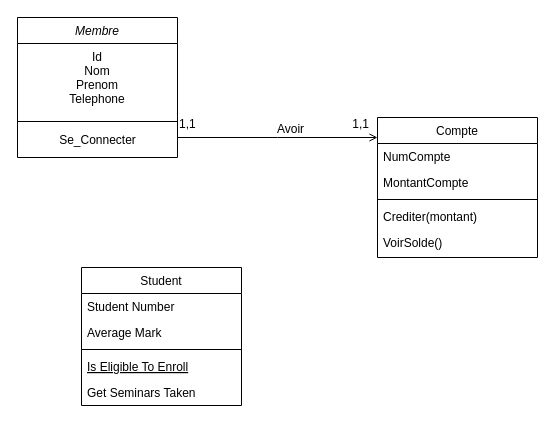
This is Diagramme de Classe.drawio from Lvmzoo-Dev/E-TONTINE, a draw.io file, before an edit. Source tidied: cells renumbered, new cells numbered last; positions are measured from the earlier drawing's top-left corner, leaving out a move shared by most shapes. Both pictures are drawn from the tidied source at 100%, with x=0, y=0 at pixel (17, 17).
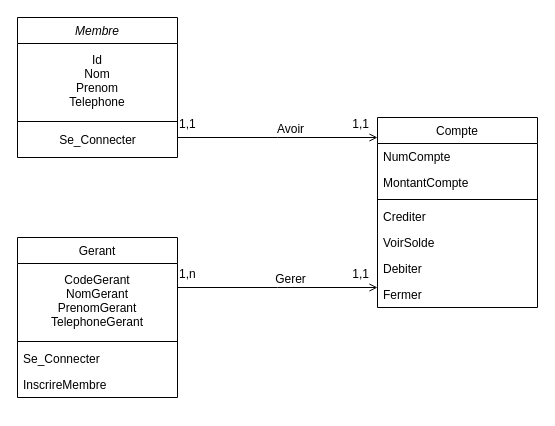
Above is the later version.

Commit message (it also covers changes not shown here):
Mettre à jour Diagramme de Classe.drawio

Unchanged cells that the change refers to:
```xml
<mxCell id="2" value="Membre" style="swimlane;fontStyle=2;align=center;verticalAlign=top;horizontal=1;startSize=26;rounded=0;shadow=0;strokeWidth=1;" parent="1" vertex="1">
  <mxGeometry width="160" height="140" as="geometry" />
</mxCell>
```

What changed in the source:
```diff
@@
-    <mxCell id="3" value="Id&#10;Nom&#10;Prenom&#10;Telephone" style="text;align=center;verticalAlign=top;spacingLeft=4;spacingRight=4;overflow=hidden;" parent="2" vertex="1">
+    <mxCell id="3" value="Id&#10;Nom&#10;Prenom&#10;Telephone" style="text;align=center;verticalAlign=middle;spacingLeft=4;spacingRight=4;overflow=hidden;" parent="2" vertex="1">
       <mxGeometry y="26" width="160" height="74" as="geometry" />
     </mxCell>
@@
-    <mxCell id="6" value="Student" style="swimlane;fontStyle=0;align=center;verticalAlign=top;horizontal=1;startSize=26;rounded=0;shadow=0;strokeWidth=1;" parent="1" vertex="1">
-      <mxGeometry x="64" y="250" width="160" height="138" as="geometry" />
+    <mxCell id="6" value="Gerant" style="swimlane;fontStyle=0;align=center;verticalAlign=top;horizontal=1;startSize=26;rounded=0;shadow=0;strokeWidth=1;" parent="1" vertex="1">
+      <mxGeometry y="220" width="160" height="160" as="geometry" />
     </mxCell>
-    <mxCell id="7" value="Student Number" style="text;align=left;verticalAlign=top;spacingLeft=4;spacingRight=4;overflow=hidden;" parent="6" vertex="1">
-      <mxGeometry y="26" width="160" height="26" as="geometry" />
-    </mxCell>
-    <mxCell id="8" value="Average Mark" style="text;align=left;verticalAlign=top;spacingLeft=4;spacingRight=4;overflow=hidden;rounded=0;shadow=0;html=0;" parent="6" vertex="1">
-      <mxGeometry y="52" width="160" height="26" as="geometry" />
-    </mxCell>
+    <mxCell id="22" value="CodeGerant&#10;NomGerant&#10;PrenomGerant&#10;TelephoneGerant" style="text;align=center;verticalAlign=middle;spacingLeft=4;spacingRight=4;overflow=hidden;" parent="6" vertex="1">
+      <mxGeometry y="26" width="160" height="74" as="geometry" />
+    </mxCell>
     <mxCell id="9" style="line;html=1;strokeWidth=1;align=left;verticalAlign=middle;spacingTop=-1;spacingLeft=3;spacingRight=3;labelPosition=right;" parent="6" vertex="1">
-      <mxGeometry y="78" width="160" height="8" as="geometry" />
+      <mxGeometry y="100" width="160" height="8" as="geometry" />
     </mxCell>
-    <mxCell id="10" value="Is Eligible To Enroll" style="text;align=left;verticalAlign=top;spacingLeft=4;spacingRight=4;overflow=hidden;fontStyle=4;" parent="6" vertex="1">
-      <mxGeometry y="86" width="160" height="26" as="geometry" />
+    <mxCell id="10" value="Se_Connecter" style="text;align=left;verticalAlign=top;spacingLeft=4;spacingRight=4;overflow=hidden;fontStyle=0;" parent="6" vertex="1">
+      <mxGeometry y="108" width="160" height="26" as="geometry" />
     </mxCell>
-    <mxCell id="11" value="Get Seminars Taken" style="text;align=left;verticalAlign=top;spacingLeft=4;spacingRight=4;overflow=hidden;" parent="6" vertex="1">
-      <mxGeometry y="112" width="160" height="26" as="geometry" />
+    <mxCell id="11" value="InscrireMembre" style="text;align=left;verticalAlign=top;spacingLeft=4;spacingRight=4;overflow=hidden;" parent="6" vertex="1">
+      <mxGeometry y="134" width="160" height="26" as="geometry" />
     </mxCell>
     <mxCell id="12" value="Compte" style="swimlane;fontStyle=0;align=center;verticalAlign=top;horizontal=1;startSize=26;rounded=0;shadow=0;strokeWidth=1;" parent="1" vertex="1">
-      <mxGeometry x="360" y="100" width="160" height="140" as="geometry" />
+      <mxGeometry x="360" y="100" width="160" height="190" as="geometry" />
     </mxCell>
@@
-    <mxCell id="16" value="Crediter(montant)" style="text;align=left;verticalAlign=top;spacingLeft=4;spacingRight=4;overflow=hidden;" parent="12" vertex="1">
+    <mxCell id="16" value="Crediter" style="text;align=left;verticalAlign=top;spacingLeft=4;spacingRight=4;overflow=hidden;" parent="12" vertex="1">
       <mxGeometry y="86" width="160" height="26" as="geometry" />
     </mxCell>
-    <mxCell id="17" value="VoirSolde()" style="text;align=left;verticalAlign=top;spacingLeft=4;spacingRight=4;overflow=hidden;" parent="12" vertex="1">
+    <mxCell id="17" value="VoirSolde" style="text;align=left;verticalAlign=top;spacingLeft=4;spacingRight=4;overflow=hidden;" parent="12" vertex="1">
       <mxGeometry y="112" width="160" height="26" as="geometry" />
     </mxCell>
+    <mxCell id="23" value="Debiter" style="text;align=left;verticalAlign=top;spacingLeft=4;spacingRight=4;overflow=hidden;" parent="12" vertex="1">
+      <mxGeometry y="138" width="160" height="26" as="geometry" />
+    </mxCell>
+    <mxCell id="24" value="Fermer" style="text;align=left;verticalAlign=top;spacingLeft=4;spacingRight=4;overflow=hidden;" parent="12" vertex="1">
+      <mxGeometry y="164" width="160" height="26" as="geometry" />
+    </mxCell>
@@
+    <mxCell id="25" style="endArrow=open;shadow=0;strokeWidth=1;rounded=0;endFill=1;edgeStyle=elbowEdgeStyle;elbow=vertical;" parent="1" edge="1">
+      <mxGeometry x="0.5" y="41" relative="1" as="geometry">
+        <mxPoint x="160" y="270" as="sourcePoint" />
+        <mxPoint x="360" y="270" as="targetPoint" />
+        <mxPoint x="-40" y="32" as="offset" />
+      </mxGeometry>
+    </mxCell>
+    <mxCell id="26" value="1,n" style="align=left;verticalAlign=bottom;labelBackgroundColor=none;fontSize=12;" parent="25" vertex="1">
+      <mxGeometry x="-1" relative="1" as="geometry">
+        <mxPoint y="-5" as="offset" />
+      </mxGeometry>
+    </mxCell>
+    <mxCell id="27" value="1,1" style="align=right;verticalAlign=bottom;labelBackgroundColor=none;fontSize=12;" parent="25" vertex="1">
+      <mxGeometry x="1" relative="1" as="geometry">
+        <mxPoint x="-7" y="-5" as="offset" />
+      </mxGeometry>
+    </mxCell>
+    <mxCell id="28" value="Gerer" style="text;html=1;align=center;verticalAlign=middle;labelBackgroundColor=none;rounded=0;shadow=0;strokeWidth=1;fontSize=12;" parent="25" vertex="1">
+      <mxGeometry x="0.5" y="49" relative="1" as="geometry">
+        <mxPoint x="-38" y="40" as="offset" />
+      </mxGeometry>
+    </mxCell>
```
